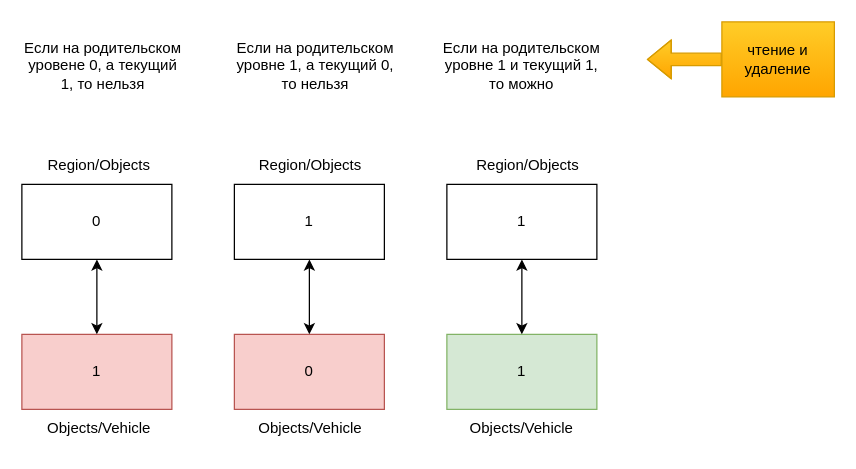
Before: Диаграмма без названия.drawio in GrigoryGriko/astro_checklist, a draw.io diagram. Source tidied: cells renumbered, new cells numbered last; positions are measured from the earlier drawing's top-left corner, leaving out a move shared by most shapes. Both pictures are drawn from the tidied source at 125%, with x=0, y=0 at pixel (21, 21).
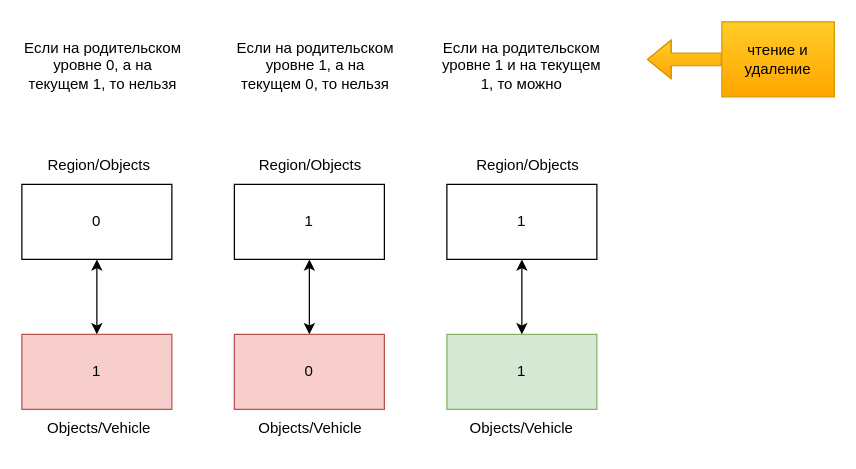
Above is the later version.

Diff of the diagram source:
```diff
@@
-    <mxCell id="13" value="Если на родительском уровене 0, а текущий 1, то нельзя" style="text;html=1;align=center;verticalAlign=middle;whiteSpace=wrap;rounded=0;" parent="1" vertex="1">
+    <mxCell id="13" value="Если на родительском уровне 0, а на текущем 1, то нельзя" style="text;html=1;align=center;verticalAlign=middle;whiteSpace=wrap;rounded=0;" parent="1" vertex="1">
       <mxGeometry y="20" width="130" height="30" as="geometry" />
     </mxCell>
-    <mxCell id="14" value="Если на родительском уровне 1, а текущий 0, то нельзя" style="text;html=1;align=center;verticalAlign=middle;whiteSpace=wrap;rounded=0;" parent="1" vertex="1">
+    <mxCell id="14" value="Если на родительском уровне 1, а на текущем 0, то нельзя" style="text;html=1;align=center;verticalAlign=middle;whiteSpace=wrap;rounded=0;" parent="1" vertex="1">
       <mxGeometry x="170" y="20" width="130" height="30" as="geometry" />
     </mxCell>
-    <mxCell id="15" value="Если на родительском уровне 1 и текущий 1, то можно" style="text;html=1;align=center;verticalAlign=middle;whiteSpace=wrap;rounded=0;" parent="1" vertex="1">
+    <mxCell id="15" value="Если на родительском уровне 1 и на текущем 1, то можно" style="text;html=1;align=center;verticalAlign=middle;whiteSpace=wrap;rounded=0;" parent="1" vertex="1">
       <mxGeometry x="335" y="20" width="130" height="30" as="geometry" />
     </mxCell>
```
